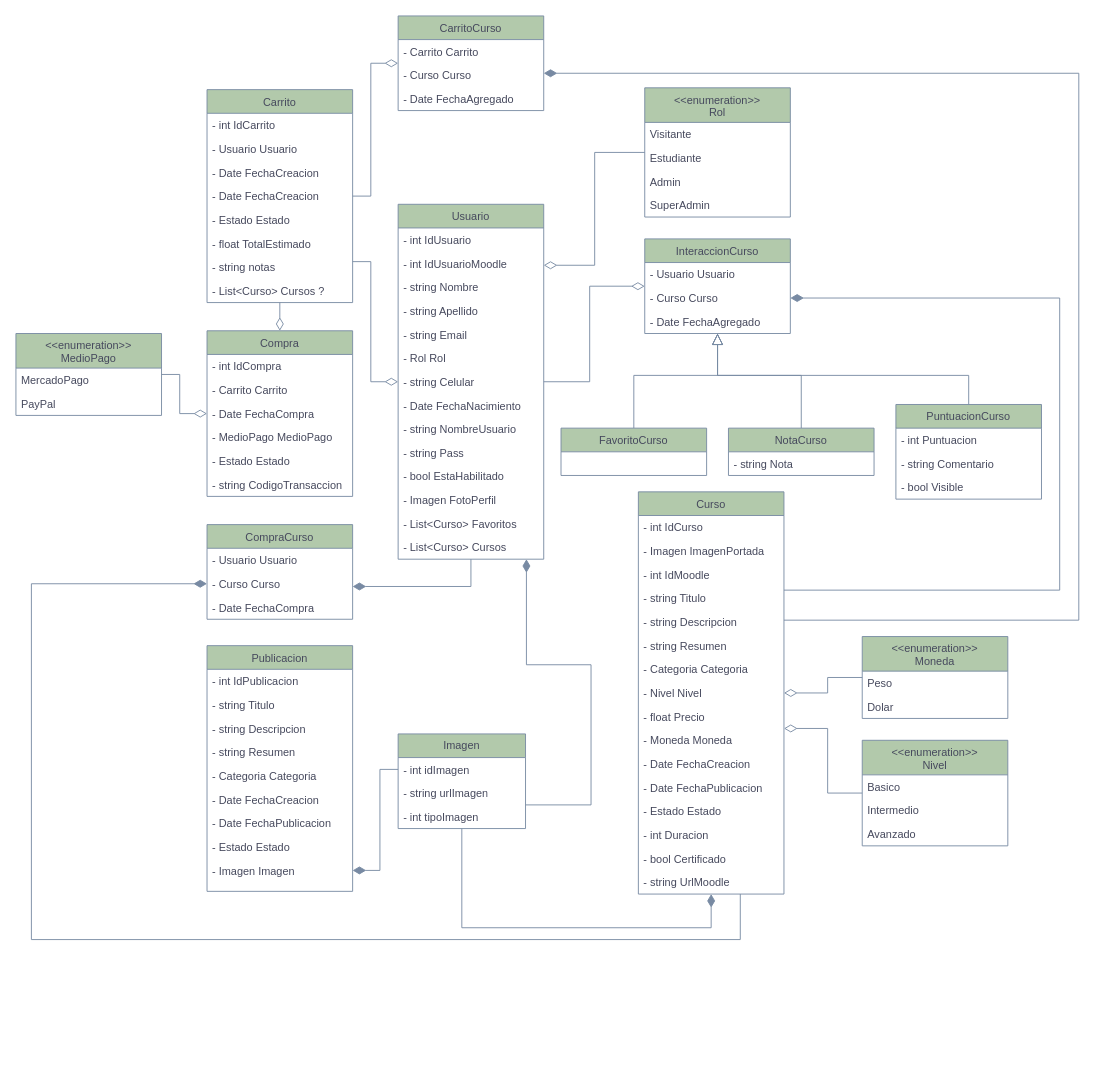
Above: UML/UML.drawio in GDieser/tpc-equipo-12A (draw.io), before the change. Source tidied: cells renumbered, new cells numbered last; positions are measured from the earlier drawing's top-left corner, leaving out a move shared by most shapes. Both pictures are drawn from the tidied source at 91%, with x=0, y=0 at pixel (15, 15).
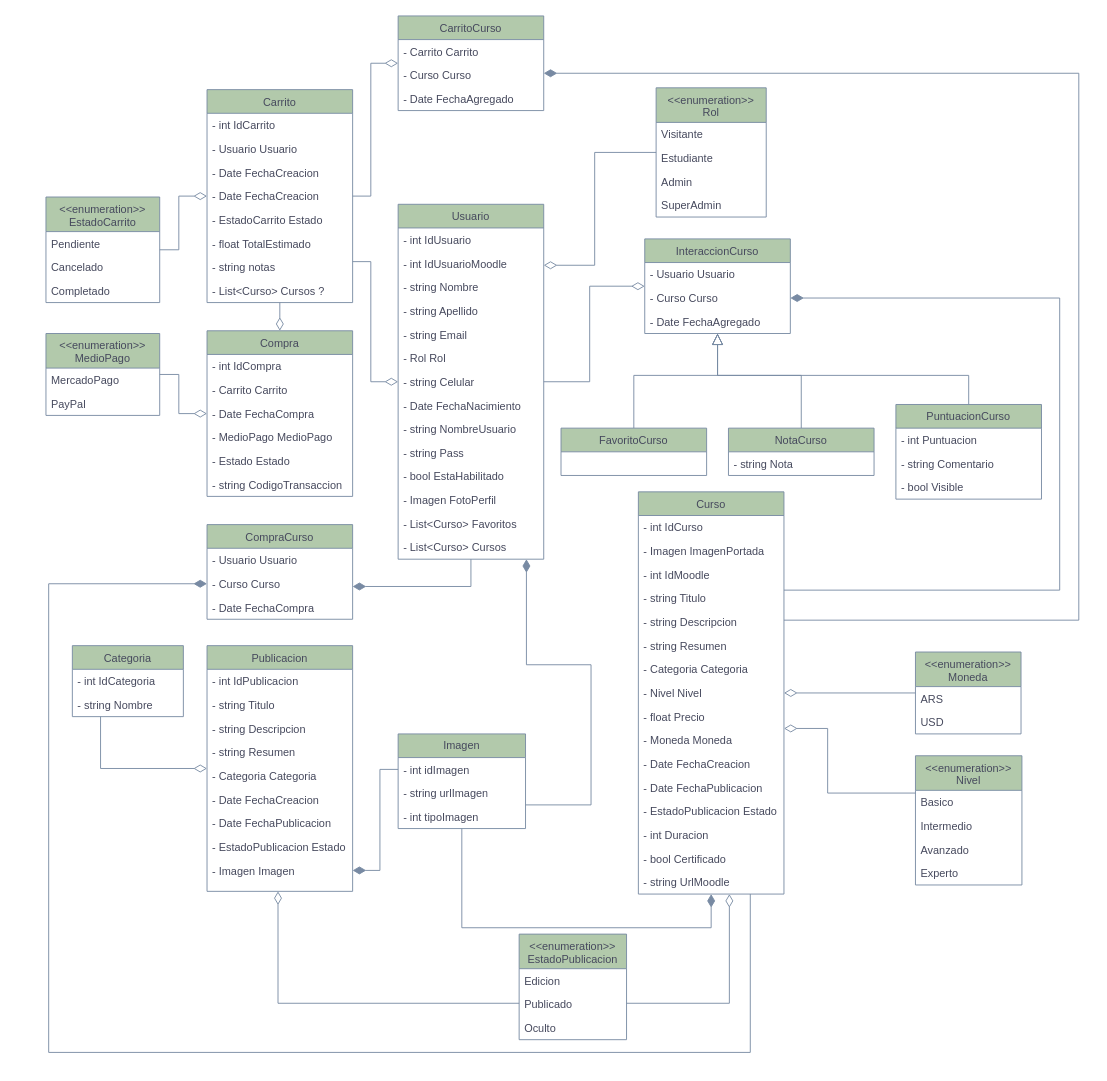
The same diagram, later.

The change refers to these unchanged cells:
```xml
<mxCell id="17" value="Curso" style="swimlane;fontStyle=0;align=center;verticalAlign=top;horizontal=1;startSize=26;rounded=0;shadow=0;strokeWidth=1;labelBackgroundColor=none;fillColor=#B2C9AB;strokeColor=#788AA3;fontColor=#46495D;" parent="1" vertex="1">
  <mxGeometry x="684" y="523" width="160" height="442" as="geometry" />
</mxCell>
<mxCell id="34" value="Carrito" style="swimlane;fontStyle=0;align=center;verticalAlign=top;horizontal=1;startSize=26;rounded=0;shadow=0;strokeWidth=1;labelBackgroundColor=none;fillColor=#B2C9AB;strokeColor=#788AA3;fontColor=#46495D;" parent="1" vertex="1">
  <mxGeometry x="210" y="81" width="160" height="234" as="geometry" />
</mxCell>
<mxCell id="68" value="Publicacion" style="swimlane;fontStyle=0;align=center;verticalAlign=top;horizontal=1;startSize=26;rounded=0;shadow=0;strokeWidth=1;labelBackgroundColor=none;fillColor=#B2C9AB;strokeColor=#788AA3;fontColor=#46495D;" parent="1" vertex="1">
  <mxGeometry x="210" y="692" width="160" height="270" as="geometry" />
</mxCell>
<mxCell id="89" value="CompraCurso" style="swimlane;fontStyle=0;align=center;verticalAlign=top;horizontal=1;startSize=26;rounded=0;shadow=0;strokeWidth=1;labelBackgroundColor=none;fillColor=#B2C9AB;strokeColor=#788AA3;fontColor=#46495D;" parent="1" vertex="1">
  <mxGeometry x="210" y="559" width="160" height="104" as="geometry" />
</mxCell>
```

Diff of the diagram source:
```diff
@@
-    <mxCell id="30" value="- Estado Estado" style="text;align=left;verticalAlign=top;spacingLeft=4;spacingRight=4;overflow=hidden;rounded=0;shadow=0;html=0;labelBackgroundColor=none;fontColor=#46495D;" parent="17" vertex="1">
+    <mxCell id="30" value="- EstadoPublicacion Estado" style="text;align=left;verticalAlign=top;spacingLeft=4;spacingRight=4;overflow=hidden;rounded=0;shadow=0;html=0;labelBackgroundColor=none;fontColor=#46495D;" parent="17" vertex="1">
       <mxGeometry y="338" width="160" height="26" as="geometry" />
     </mxCell>
@@
-    <mxCell id="39" value="- Estado Estado" style="text;align=left;verticalAlign=top;spacingLeft=4;spacingRight=4;overflow=hidden;rounded=0;shadow=0;html=0;labelBackgroundColor=none;fontColor=#46495D;" parent="34" vertex="1">
+    <mxCell id="39" value="- EstadoCarrito Estado" style="text;align=left;verticalAlign=top;spacingLeft=4;spacingRight=4;overflow=hidden;rounded=0;shadow=0;html=0;labelBackgroundColor=none;fontColor=#46495D;" parent="34" vertex="1">
       <mxGeometry y="130" width="160" height="26" as="geometry" />
     </mxCell>
@@
-    <mxCell id="76" value="- Estado Estado" style="text;align=left;verticalAlign=top;spacingLeft=4;spacingRight=4;overflow=hidden;rounded=0;shadow=0;html=0;labelBackgroundColor=none;fontColor=#46495D;" parent="68" vertex="1">
+    <mxCell id="76" value="- EstadoPublicacion Estado" style="text;align=left;verticalAlign=top;spacingLeft=4;spacingRight=4;overflow=hidden;rounded=0;shadow=0;html=0;labelBackgroundColor=none;fontColor=#46495D;" parent="68" vertex="1">
       <mxGeometry y="208" width="160" height="26" as="geometry" />
     </mxCell>
@@
     <mxCell id="94" style="edgeStyle=orthogonalEdgeStyle;rounded=0;jettySize=auto;html=1;strokeColor=#788AA3;fontColor=default;fillColor=#B2C9AB;endArrow=diamondThin;endFill=1;endSize=12;labelBackgroundColor=none;" parent="1" edge="1" source="17" target="89">
       <mxGeometry relative="1" as="geometry">
         <Array as="points">
-          <mxPoint x="796" y="1015" />
-          <mxPoint x="17" y="1015" />
-          <mxPoint x="17" y="624" />
+          <mxPoint x="807" y="1139" />
+          <mxPoint x="36" y="1139" />
+          <mxPoint x="36" y="624" />
         </Array>
       </mxGeometry>
     </mxCell>
@@
     <mxCell id="97" value="&lt;&lt;enumeration&gt;&gt;&#10;Moneda" style="swimlane;fontStyle=0;align=center;verticalAlign=top;horizontal=1;startSize=38;rounded=0;shadow=0;strokeWidth=1;labelBackgroundColor=none;fillColor=#B2C9AB;strokeColor=#788AA3;fontColor=#46495D;" parent="1" vertex="1">
-      <mxGeometry x="930" y="682" width="160" height="90" as="geometry" />
+      <mxGeometry x="988.5" y="699" width="116" height="90" as="geometry" />
     </mxCell>
-    <mxCell id="98" value="Peso" style="text;align=left;verticalAlign=top;spacingLeft=4;spacingRight=4;overflow=hidden;rounded=0;shadow=0;html=0;labelBackgroundColor=none;fontColor=#46495D;" parent="97" vertex="1">
-      <mxGeometry y="38" width="160" height="26" as="geometry" />
+    <mxCell id="98" value="ARS" style="text;align=left;verticalAlign=top;spacingLeft=4;spacingRight=4;overflow=hidden;rounded=0;shadow=0;html=0;labelBackgroundColor=none;fontColor=#46495D;" parent="97" vertex="1">
+      <mxGeometry y="38" width="116" height="26" as="geometry" />
     </mxCell>
-    <mxCell id="99" value="Dolar" style="text;align=left;verticalAlign=top;spacingLeft=4;spacingRight=4;overflow=hidden;rounded=0;shadow=0;html=0;labelBackgroundColor=none;fontColor=#46495D;" parent="97" vertex="1">
-      <mxGeometry y="64" width="160" height="26" as="geometry" />
+    <mxCell id="99" value="USD" style="text;align=left;verticalAlign=top;spacingLeft=4;spacingRight=4;overflow=hidden;rounded=0;shadow=0;html=0;labelBackgroundColor=none;fontColor=#46495D;" parent="97" vertex="1">
+      <mxGeometry y="64" width="116" height="26" as="geometry" />
     </mxCell>
@@
     <mxCell id="101" value="&lt;&lt;enumeration&gt;&gt;&#10;Nivel" style="swimlane;fontStyle=0;align=center;verticalAlign=top;horizontal=1;startSize=38;rounded=0;shadow=0;strokeWidth=1;labelBackgroundColor=none;fillColor=#B2C9AB;strokeColor=#788AA3;fontColor=#46495D;" parent="1" vertex="1">
-      <mxGeometry x="930" y="796" width="160" height="116" as="geometry" />
+      <mxGeometry x="988.5" y="813" width="117" height="142" as="geometry" />
     </mxCell>
     <mxCell id="102" value="Basico" style="text;align=left;verticalAlign=top;spacingLeft=4;spacingRight=4;overflow=hidden;rounded=0;shadow=0;html=0;labelBackgroundColor=none;fontColor=#46495D;" parent="101" vertex="1">
-      <mxGeometry y="38" width="160" height="26" as="geometry" />
+      <mxGeometry y="38" width="117" height="26" as="geometry" />
     </mxCell>
     <mxCell id="103" value="Intermedio" style="text;align=left;verticalAlign=top;spacingLeft=4;spacingRight=4;overflow=hidden;rounded=0;shadow=0;html=0;labelBackgroundColor=none;fontColor=#46495D;" parent="101" vertex="1">
-      <mxGeometry y="64" width="160" height="26" as="geometry" />
+      <mxGeometry y="64" width="117" height="26" as="geometry" />
     </mxCell>
     <mxCell id="104" value="Avanzado" style="text;align=left;verticalAlign=top;spacingLeft=4;spacingRight=4;overflow=hidden;rounded=0;shadow=0;html=0;labelBackgroundColor=none;fontColor=#46495D;" parent="101" vertex="1">
-      <mxGeometry y="90" width="160" height="26" as="geometry" />
+      <mxGeometry y="90" width="117" height="26" as="geometry" />
     </mxCell>
+    <mxCell id="116" value="Experto&#10;" style="text;align=left;verticalAlign=top;spacingLeft=4;spacingRight=4;overflow=hidden;rounded=0;shadow=0;html=0;labelBackgroundColor=none;fontColor=#46495D;" parent="101" vertex="1">
+      <mxGeometry y="116" width="117" height="26" as="geometry" />
+    </mxCell>
@@
     <mxCell id="106" value="&lt;&lt;enumeration&gt;&gt;&#10;Rol" style="swimlane;fontStyle=0;align=center;verticalAlign=top;horizontal=1;startSize=38;rounded=0;shadow=0;strokeWidth=1;labelBackgroundColor=none;fillColor=#B2C9AB;strokeColor=#788AA3;fontColor=#46495D;" parent="1" vertex="1">
-      <mxGeometry x="691" y="79" width="160" height="142" as="geometry" />
+      <mxGeometry x="703.5" y="79" width="121" height="142" as="geometry" />
     </mxCell>
     <mxCell id="107" value="Visitante" style="text;align=left;verticalAlign=top;spacingLeft=4;spacingRight=4;overflow=hidden;rounded=0;shadow=0;html=0;labelBackgroundColor=none;fontColor=#46495D;" parent="106" vertex="1">
-      <mxGeometry y="38" width="160" height="26" as="geometry" />
+      <mxGeometry y="38" width="121" height="26" as="geometry" />
     </mxCell>
     <mxCell id="108" value="Estudiante" style="text;align=left;verticalAlign=top;spacingLeft=4;spacingRight=4;overflow=hidden;rounded=0;shadow=0;html=0;labelBackgroundColor=none;fontColor=#46495D;" parent="106" vertex="1">
-      <mxGeometry y="64" width="160" height="26" as="geometry" />
+      <mxGeometry y="64" width="121" height="26" as="geometry" />
     </mxCell>
     <mxCell id="109" value="Admin" style="text;align=left;verticalAlign=top;spacingLeft=4;spacingRight=4;overflow=hidden;rounded=0;shadow=0;html=0;labelBackgroundColor=none;fontColor=#46495D;" parent="106" vertex="1">
-      <mxGeometry y="90" width="160" height="26" as="geometry" />
+      <mxGeometry y="90" width="121" height="26" as="geometry" />
     </mxCell>
     <mxCell id="110" value="SuperAdmin" style="text;align=left;verticalAlign=top;spacingLeft=4;spacingRight=4;overflow=hidden;rounded=0;shadow=0;html=0;labelBackgroundColor=none;fontColor=#46495D;" parent="106" vertex="1">
-      <mxGeometry y="116" width="160" height="26" as="geometry" />
+      <mxGeometry y="116" width="121" height="26" as="geometry" />
     </mxCell>
@@
     <mxCell id="112" value="&lt;&lt;enumeration&gt;&gt;&#10;MedioPago" style="swimlane;fontStyle=0;align=center;verticalAlign=top;horizontal=1;startSize=38;rounded=0;shadow=0;strokeWidth=1;labelBackgroundColor=none;fillColor=#B2C9AB;strokeColor=#788AA3;fontColor=#46495D;" parent="1" vertex="1">
-      <mxGeometry y="349" width="160" height="90" as="geometry" />
+      <mxGeometry x="33" y="349" width="125" height="90" as="geometry" />
     </mxCell>
     <mxCell id="113" value="MercadoPago" style="text;align=left;verticalAlign=top;spacingLeft=4;spacingRight=4;overflow=hidden;rounded=0;shadow=0;html=0;labelBackgroundColor=none;fontColor=#46495D;" parent="112" vertex="1">
-      <mxGeometry y="38" width="160" height="26" as="geometry" />
+      <mxGeometry y="38" width="125" height="26" as="geometry" />
     </mxCell>
     <mxCell id="114" value="PayPal" style="text;align=left;verticalAlign=top;spacingLeft=4;spacingRight=4;overflow=hidden;rounded=0;shadow=0;html=0;labelBackgroundColor=none;fontColor=#46495D;" parent="112" vertex="1">
-      <mxGeometry y="64" width="160" height="26" as="geometry" />
+      <mxGeometry y="64" width="125" height="26" as="geometry" />
     </mxCell>
@@
+    <mxCell id="117" style="edgeStyle=orthogonalEdgeStyle;rounded=0;jettySize=auto;html=1;strokeColor=#788AA3;fontColor=#46495D;fillColor=#B2C9AB;endArrow=diamondThin;endFill=0;endSize=12;" parent="1" edge="1" source="118" target="68">
+      <mxGeometry relative="1" as="geometry">
+        <Array as="points">
+          <mxPoint x="93" y="827" />
+        </Array>
+      </mxGeometry>
+    </mxCell>
+    <mxCell id="118" value="Categoria" style="swimlane;fontStyle=0;align=center;verticalAlign=top;horizontal=1;startSize=26;rounded=0;shadow=0;strokeWidth=1;labelBackgroundColor=none;fillColor=#B2C9AB;strokeColor=#788AA3;fontColor=#46495D;" parent="1" vertex="1">
+      <mxGeometry x="62" y="692" width="122" height="78" as="geometry" />
+    </mxCell>
+    <mxCell id="119" value="- int IdCategoria" style="text;align=left;verticalAlign=top;spacingLeft=4;spacingRight=4;overflow=hidden;labelBackgroundColor=none;fontColor=#46495D;" parent="118" vertex="1">
+      <mxGeometry y="26" width="122" height="26" as="geometry" />
+    </mxCell>
+    <mxCell id="120" value="- string Nombre" style="text;align=left;verticalAlign=top;spacingLeft=4;spacingRight=4;overflow=hidden;rounded=0;shadow=0;html=0;labelBackgroundColor=none;fontColor=#46495D;" parent="118" vertex="1">
+      <mxGeometry y="52" width="122" height="26" as="geometry" />
+    </mxCell>
+    <mxCell id="121" style="edgeStyle=orthogonalEdgeStyle;rounded=0;jettySize=auto;html=1;strokeColor=#788AA3;fontColor=#46495D;fillColor=#B2C9AB;endArrow=diamondThin;endFill=0;endSize=12;" parent="1" edge="1" source="122" target="34">
+      <mxGeometry relative="1" as="geometry" />
+    </mxCell>
+    <mxCell id="122" value="&lt;&lt;enumeration&gt;&gt;&#10;EstadoCarrito" style="swimlane;fontStyle=0;align=center;verticalAlign=top;horizontal=1;startSize=38;rounded=0;shadow=0;strokeWidth=1;labelBackgroundColor=none;fillColor=#B2C9AB;strokeColor=#788AA3;fontColor=#46495D;" parent="1" vertex="1">
+      <mxGeometry x="33" y="199" width="125" height="116" as="geometry" />
+    </mxCell>
+    <mxCell id="123" value="Pendiente" style="text;align=left;verticalAlign=top;spacingLeft=4;spacingRight=4;overflow=hidden;rounded=0;shadow=0;html=0;labelBackgroundColor=none;fontColor=#46495D;" parent="122" vertex="1">
+      <mxGeometry y="38" width="125" height="26" as="geometry" />
+    </mxCell>
+    <mxCell id="124" value="Cancelado" style="text;align=left;verticalAlign=top;spacingLeft=4;spacingRight=4;overflow=hidden;rounded=0;shadow=0;html=0;labelBackgroundColor=none;fontColor=#46495D;" parent="122" vertex="1">
+      <mxGeometry y="64" width="125" height="26" as="geometry" />
+    </mxCell>
+    <mxCell id="125" value="Completado" style="text;align=left;verticalAlign=top;spacingLeft=4;spacingRight=4;overflow=hidden;rounded=0;shadow=0;html=0;labelBackgroundColor=none;fontColor=#46495D;" parent="122" vertex="1">
+      <mxGeometry y="90" width="125" height="26" as="geometry" />
+    </mxCell>
+    <mxCell id="126" style="edgeStyle=orthogonalEdgeStyle;rounded=0;jettySize=auto;html=1;strokeColor=#788AA3;fontColor=#46495D;fillColor=#B2C9AB;endArrow=diamondThin;endFill=0;endSize=12;" parent="1" edge="1" source="129" target="17">
+      <mxGeometry relative="1" as="geometry">
+        <Array as="points">
+          <mxPoint x="784" y="1085" />
+        </Array>
+      </mxGeometry>
+    </mxCell>
+    <mxCell id="127" style="edgeLabel;html=1;align=center;verticalAlign=middle;strokeColor=#788AA3;fontColor=#46495D;fillColor=#B2C9AB;" parent="126" vertex="1">
+      <mxGeometry x="0.18" y="-4" relative="1" as="geometry" />
+    </mxCell>
+    <mxCell id="128" style="edgeStyle=orthogonalEdgeStyle;rounded=0;jettySize=auto;html=1;strokeColor=#788AA3;fontColor=#46495D;fillColor=#B2C9AB;endArrow=diamondThin;endFill=0;endSize=12;" parent="1" edge="1" source="129" target="68">
+      <mxGeometry relative="1" as="geometry">
+        <Array as="points">
+          <mxPoint x="288" y="1085" />
+        </Array>
+      </mxGeometry>
+    </mxCell>
+    <mxCell id="129" value="&lt;&lt;enumeration&gt;&gt;&#10;EstadoPublicacion" style="swimlane;fontStyle=0;align=center;verticalAlign=top;horizontal=1;startSize=38;rounded=0;shadow=0;strokeWidth=1;labelBackgroundColor=none;fillColor=#B2C9AB;strokeColor=#788AA3;fontColor=#46495D;" parent="1" vertex="1">
+      <mxGeometry x="553" y="1009" width="118" height="116" as="geometry" />
+    </mxCell>
+    <mxCell id="130" value="Edicion" style="text;align=left;verticalAlign=top;spacingLeft=4;spacingRight=4;overflow=hidden;rounded=0;shadow=0;html=0;labelBackgroundColor=none;fontColor=#46495D;" parent="129" vertex="1">
+      <mxGeometry y="38" width="118" height="26" as="geometry" />
+    </mxCell>
+    <mxCell id="131" value="Publicado" style="text;align=left;verticalAlign=top;spacingLeft=4;spacingRight=4;overflow=hidden;rounded=0;shadow=0;html=0;labelBackgroundColor=none;fontColor=#46495D;" parent="129" vertex="1">
+      <mxGeometry y="64" width="118" height="26" as="geometry" />
+    </mxCell>
+    <mxCell id="132" value="Oculto" style="text;align=left;verticalAlign=top;spacingLeft=4;spacingRight=4;overflow=hidden;rounded=0;shadow=0;html=0;labelBackgroundColor=none;fontColor=#46495D;" parent="129" vertex="1">
+      <mxGeometry y="90" width="118" height="26" as="geometry" />
+    </mxCell>
```
